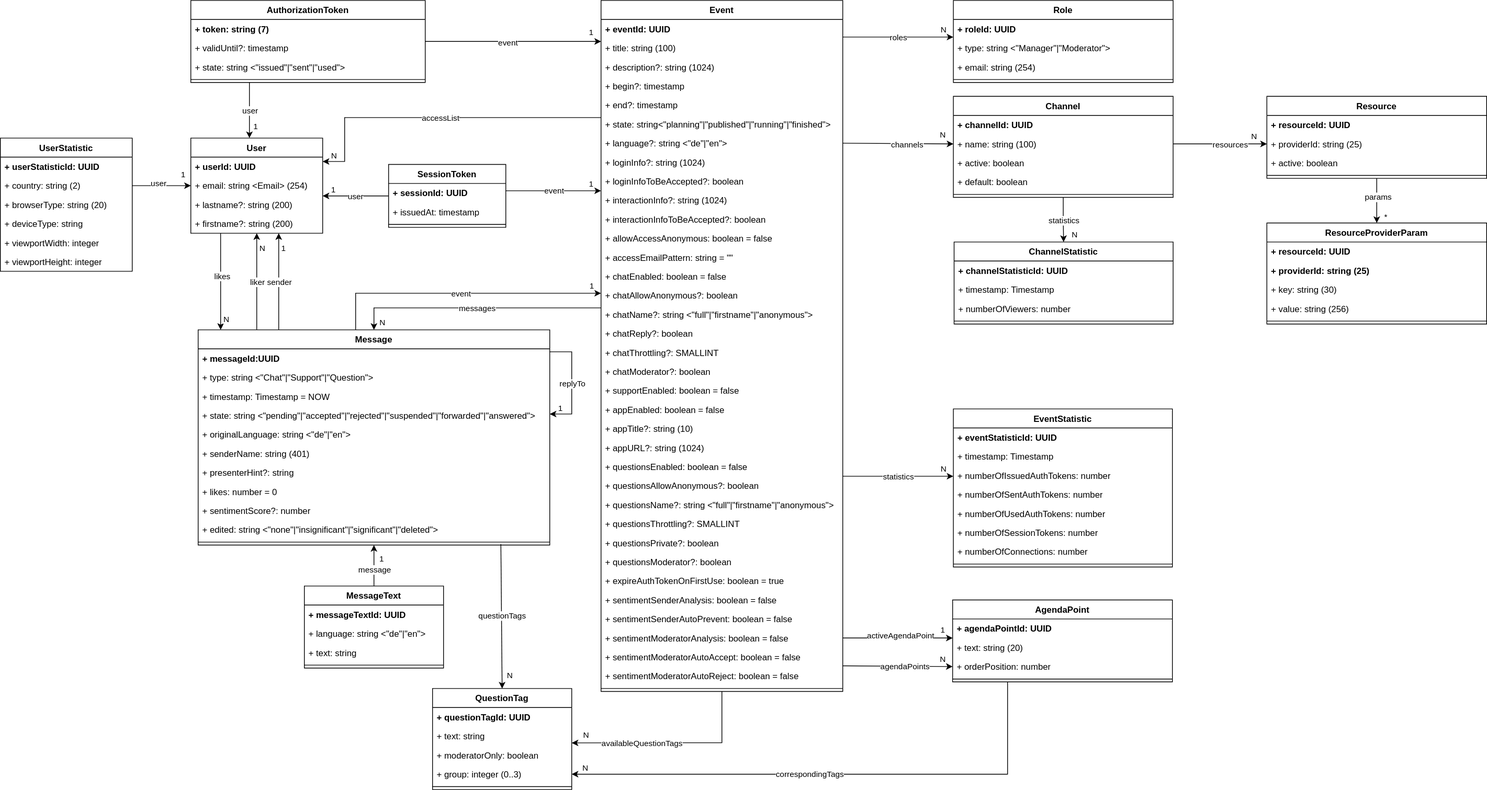
rse/broadcast keeps this draw.io diagram as doc/2-specification-datamodel.svg. Above is the earlier version. Source tidied: cells renumbered, new cells last; positions are measured from the earlier drawing's top-left corner, leaving out a move shared by most shapes.
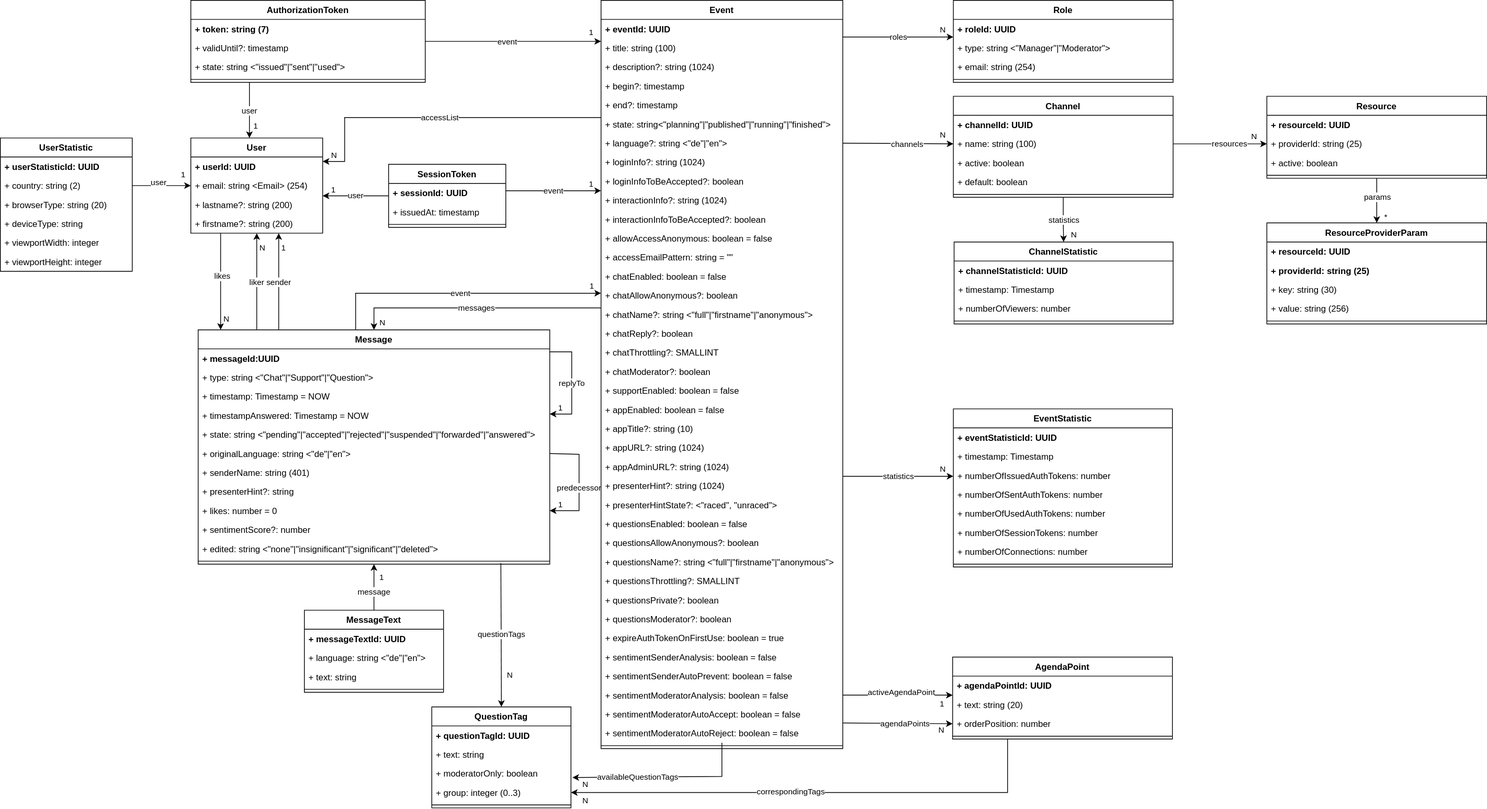
Later version of the same file.

Commit message:
some more datamodel and requirements changes (reminder: we have presenterHint now in message and event)

Change to the diagram source:
```diff
@@ -30,7 +30,7 @@
       <mxGeometry y="78" width="160" height="8" as="geometry" />
     </mxCell>
     <mxCell id="11" value="Message" style="swimlane;fontStyle=1;align=center;verticalAlign=top;horizontal=1;startSize=26;whiteSpace=wrap;html=1;" parent="1" vertex="1">
-      <mxGeometry x="270" y="450" width="480" height="294" as="geometry" />
+      <mxGeometry x="270" y="450" width="480" height="320" as="geometry" />
     </mxCell>
     <mxCell id="12" value="&lt;b&gt;+ messageId:UUID&lt;/b&gt;" style="text;strokeColor=none;fillColor=none;align=left;verticalAlign=top;spacingLeft=4;spacingRight=4;overflow=hidden;whiteSpace=wrap;html=1;" parent="11" vertex="1">
       <mxGeometry y="26" width="480" height="26" as="geometry" />
@@ -41,32 +41,46 @@
     <mxCell id="14" value="+ timestamp: Timestamp = NOW" style="text;strokeColor=none;fillColor=none;align=left;verticalAlign=top;spacingLeft=4;spacingRight=4;overflow=hidden;whiteSpace=wrap;html=1;" parent="11" vertex="1">
       <mxGeometry y="78" width="480" height="26" as="geometry" />
     </mxCell>
+    <mxCell id="195" value="+ timestampAnswered: Timestamp = NOW" style="text;strokeColor=none;fillColor=none;align=left;verticalAlign=top;spacingLeft=4;spacingRight=4;overflow=hidden;whiteSpace=wrap;html=1;" parent="11" vertex="1">
+      <mxGeometry y="104" width="480" height="26" as="geometry" />
+    </mxCell>
     <mxCell id="15" value="+ state: string &amp;lt;&quot;pending&quot;|&quot;accepted&quot;|&quot;rejected&quot;|&quot;suspended&quot;|&quot;forwarded&quot;|&quot;answered&quot;&amp;gt;" style="text;strokeColor=none;fillColor=none;align=left;verticalAlign=top;spacingLeft=4;spacingRight=4;overflow=hidden;whiteSpace=wrap;html=1;" parent="11" vertex="1">
-      <mxGeometry y="104" width="480" height="26" as="geometry" />
+      <mxGeometry y="130" width="480" height="26" as="geometry" />
     </mxCell>
     <mxCell id="16" value="+ originalLanguage: string &amp;lt;&quot;de&quot;|&quot;en&quot;&amp;gt;" style="text;strokeColor=none;fillColor=none;align=left;verticalAlign=top;spacingLeft=4;spacingRight=4;overflow=hidden;points=[[0,0.5],[1,0.5]];portConstraint=eastwest;whiteSpace=wrap;html=1;" parent="11" vertex="1">
-      <mxGeometry y="130" width="480" height="26" as="geometry" />
+      <mxGeometry y="156" width="480" height="26" as="geometry" />
     </mxCell>
     <mxCell id="17" value="+ senderName: string (401)" style="text;strokeColor=none;fillColor=none;align=left;verticalAlign=top;spacingLeft=4;spacingRight=4;overflow=hidden;whiteSpace=wrap;html=1;" parent="11" vertex="1">
-      <mxGeometry y="156" width="480" height="26" as="geometry" />
+      <mxGeometry y="182" width="480" height="26" as="geometry" />
     </mxCell>
     <mxCell id="18" value="+ presenterHint?: string" style="text;strokeColor=none;fillColor=none;align=left;verticalAlign=top;spacingLeft=4;spacingRight=4;overflow=hidden;whiteSpace=wrap;html=1;" parent="11" vertex="1">
-      <mxGeometry y="182" width="480" height="26" as="geometry" />
+      <mxGeometry y="208" width="480" height="26" as="geometry" />
     </mxCell>
     <mxCell id="19" value="+ likes: number = 0" style="text;strokeColor=none;fillColor=none;align=left;verticalAlign=top;spacingLeft=4;spacingRight=4;overflow=hidden;points=[[0,0.5],[1,0.5]];portConstraint=eastwest;whiteSpace=wrap;html=1;" parent="11" vertex="1">
-      <mxGeometry y="208" width="480" height="26" as="geometry" />
+      <mxGeometry y="234" width="480" height="26" as="geometry" />
     </mxCell>
     <mxCell id="20" value="+ sentimentScore?: number" style="text;strokeColor=none;fillColor=none;align=left;verticalAlign=top;spacingLeft=4;spacingRight=4;overflow=hidden;whiteSpace=wrap;html=1;" parent="11" vertex="1">
-      <mxGeometry y="234" width="480" height="26" as="geometry" />
+      <mxGeometry y="260" width="480" height="26" as="geometry" />
     </mxCell>
     <mxCell id="21" value="+ edited: string &amp;lt;&quot;none&quot;|&quot;insignificant&quot;|&quot;significant&quot;|&quot;deleted&quot;&amp;gt;" style="text;strokeColor=none;fillColor=none;align=left;verticalAlign=top;spacingLeft=4;spacingRight=4;overflow=hidden;whiteSpace=wrap;html=1;" parent="11" vertex="1">
-      <mxGeometry y="260" width="480" height="26" as="geometry" />
+      <mxGeometry y="286" width="480" height="26" as="geometry" />
     </mxCell>
     <mxCell id="22" style="line;strokeWidth=1;fillColor=none;align=left;verticalAlign=middle;spacingTop=-1;spacingLeft=3;spacingRight=3;labelPosition=right;points=[];portConstraint=eastwest;strokeColor=inherit;" parent="11" vertex="1">
-      <mxGeometry y="286" width="480" height="8" as="geometry" />
+      <mxGeometry y="312" width="480" height="8" as="geometry" />
     </mxCell>
+    <mxCell id="196" style="endArrow=classic;html=1;rounded=0;exitX=1;exitY=0.5;exitDx=0;exitDy=0;entryX=1;entryY=0.5;entryDx=0;entryDy=0;" parent="11" edge="1" source="16" target="19">
+      <mxGeometry relative="1" as="geometry">
+        <Array as="points">
+          <mxPoint x="520" y="170" />
+          <mxPoint x="520" y="247" />
+        </Array>
+      </mxGeometry>
+    </mxCell>
+    <mxCell id="197" value="predecessor" style="edgeLabel;html=1;align=center;verticalAlign=middle;" parent="196" vertex="1">
+      <mxGeometry x="0.1" relative="1" as="geometry" />
+    </mxCell>
     <mxCell id="23" value="MessageText" style="swimlane;fontStyle=1;align=center;verticalAlign=top;horizontal=1;startSize=26;whiteSpace=wrap;html=1;" parent="1" vertex="1">
-      <mxGeometry x="415" y="800" width="190" height="112" as="geometry" />
+      <mxGeometry x="415" y="833" width="190" height="112" as="geometry" />
     </mxCell>
     <mxCell id="24" value="&lt;b&gt;+ messageTextId: UUID&lt;/b&gt;" style="text;strokeColor=none;fillColor=none;align=left;verticalAlign=top;spacingLeft=4;spacingRight=4;overflow=hidden;whiteSpace=wrap;html=1;" parent="23" vertex="1">
       <mxGeometry y="26" width="190" height="26" as="geometry" />
@@ -252,7 +266,7 @@
       </mxGeometry>
     </mxCell>
     <mxCell id="67" value="Event" style="swimlane;fontStyle=1;align=center;verticalAlign=top;horizontal=1;startSize=26;whiteSpace=wrap;html=1;" parent="1" vertex="1">
-      <mxGeometry x="820" width="330" height="944" as="geometry" />
+      <mxGeometry x="820" width="330" height="1022" as="geometry" />
     </mxCell>
     <mxCell id="68" value="&lt;b&gt;+ eventId: UUID&lt;/b&gt;" style="text;strokeColor=none;fillColor=none;align=left;verticalAlign=top;spacingLeft=4;spacingRight=4;overflow=hidden;whiteSpace=wrap;html=1;" parent="67" vertex="1">
       <mxGeometry y="26" width="330" height="26" as="geometry" />
@@ -323,44 +337,53 @@
     <mxCell id="90" value="+ appURL?: string (1024)" style="text;strokeColor=none;fillColor=none;align=left;verticalAlign=top;spacingLeft=4;spacingRight=4;overflow=hidden;whiteSpace=wrap;html=1;" parent="67" vertex="1">
       <mxGeometry y="598" width="330" height="26" as="geometry" />
     </mxCell>
+    <mxCell id="198" value="+ appAdminURL?: string (1024)" style="text;strokeColor=none;fillColor=none;align=left;verticalAlign=top;spacingLeft=4;spacingRight=4;overflow=hidden;whiteSpace=wrap;html=1;" parent="67" vertex="1">
+      <mxGeometry y="624" width="330" height="26" as="geometry" />
+    </mxCell>
+    <mxCell id="199" value="+ presenterHint?: string (1024)" style="text;strokeColor=none;fillColor=none;align=left;verticalAlign=top;spacingLeft=4;spacingRight=4;overflow=hidden;whiteSpace=wrap;html=1;" parent="67" vertex="1">
+      <mxGeometry y="650" width="330" height="26" as="geometry" />
+    </mxCell>
+    <mxCell id="200" value="+ presenterHintState?: &amp;lt;&quot;raced&quot;, &quot;unraced&quot;&amp;gt;" style="text;strokeColor=none;fillColor=none;align=left;verticalAlign=top;spacingLeft=4;spacingRight=4;overflow=hidden;whiteSpace=wrap;html=1;" parent="67" vertex="1">
+      <mxGeometry y="676" width="330" height="26" as="geometry" />
+    </mxCell>
     <mxCell id="91" value="+ questionsEnabled: boolean = false" style="text;strokeColor=none;fillColor=none;align=left;verticalAlign=top;spacingLeft=4;spacingRight=4;overflow=hidden;whiteSpace=wrap;html=1;" parent="67" vertex="1">
-      <mxGeometry y="624" width="330" height="26" as="geometry" />
+      <mxGeometry y="702" width="330" height="26" as="geometry" />
     </mxCell>
     <mxCell id="92" value="+ questionsAllowAnonymous?: boolean" style="text;strokeColor=none;fillColor=none;align=left;verticalAlign=top;spacingLeft=4;spacingRight=4;overflow=hidden;whiteSpace=wrap;html=1;" parent="67" vertex="1">
-      <mxGeometry y="650" width="330" height="26" as="geometry" />
+      <mxGeometry y="728" width="330" height="26" as="geometry" />
     </mxCell>
     <mxCell id="93" value="+ questionsName?: string &amp;lt;&quot;full&quot;|&quot;firstname&quot;|&quot;anonymous&quot;&amp;gt;" style="text;strokeColor=none;fillColor=none;align=left;verticalAlign=top;spacingLeft=4;spacingRight=4;overflow=hidden;whiteSpace=wrap;html=1;" parent="67" vertex="1">
-      <mxGeometry y="676" width="330" height="26" as="geometry" />
+      <mxGeometry y="754" width="330" height="26" as="geometry" />
     </mxCell>
     <mxCell id="94" value="+ questionsThrottling?: SMALLINT" style="text;strokeColor=none;fillColor=none;align=left;verticalAlign=top;spacingLeft=4;spacingRight=4;overflow=hidden;whiteSpace=wrap;html=1;" parent="67" vertex="1">
-      <mxGeometry y="702" width="330" height="26" as="geometry" />
+      <mxGeometry y="780" width="330" height="26" as="geometry" />
     </mxCell>
     <mxCell id="95" value="+ questionsPrivate?: boolean" style="text;strokeColor=none;fillColor=none;align=left;verticalAlign=top;spacingLeft=4;spacingRight=4;overflow=hidden;whiteSpace=wrap;html=1;" parent="67" vertex="1">
-      <mxGeometry y="728" width="330" height="26" as="geometry" />
+      <mxGeometry y="806" width="330" height="26" as="geometry" />
     </mxCell>
     <mxCell id="96" value="+ questionsModerator?: boolean" style="text;strokeColor=none;fillColor=none;align=left;verticalAlign=top;spacingLeft=4;spacingRight=4;overflow=hidden;whiteSpace=wrap;html=1;" parent="67" vertex="1">
-      <mxGeometry y="754" width="330" height="26" as="geometry" />
+      <mxGeometry y="832" width="330" height="26" as="geometry" />
     </mxCell>
     <mxCell id="97" value="+ expireAuthTokenOnFirstUse: boolean = true" style="text;strokeColor=none;fillColor=none;align=left;verticalAlign=top;spacingLeft=4;spacingRight=4;overflow=hidden;whiteSpace=wrap;html=1;" parent="67" vertex="1">
-      <mxGeometry y="780" width="330" height="26" as="geometry" />
+      <mxGeometry y="858" width="330" height="26" as="geometry" />
     </mxCell>
     <mxCell id="98" value="+ sentimentSenderAnalysis: boolean = false" style="text;strokeColor=none;fillColor=none;align=left;verticalAlign=top;spacingLeft=4;spacingRight=4;overflow=hidden;whiteSpace=wrap;html=1;" parent="67" vertex="1">
-      <mxGeometry y="806" width="330" height="26" as="geometry" />
+      <mxGeometry y="884" width="330" height="26" as="geometry" />
     </mxCell>
     <mxCell id="99" value="+ sentimentSenderAutoPrevent: boolean = false" style="text;strokeColor=none;fillColor=none;align=left;verticalAlign=top;spacingLeft=4;spacingRight=4;overflow=hidden;whiteSpace=wrap;html=1;" parent="67" vertex="1">
-      <mxGeometry y="832" width="330" height="26" as="geometry" />
+      <mxGeometry y="910" width="330" height="26" as="geometry" />
     </mxCell>
     <mxCell id="100" value="+ sentimentModeratorAnalysis: boolean = false" style="text;strokeColor=none;fillColor=none;align=left;verticalAlign=top;spacingLeft=4;spacingRight=4;overflow=hidden;points=[[0,0.5],[1,0.5]];portConstraint=eastwest;whiteSpace=wrap;html=1;" parent="67" vertex="1">
-      <mxGeometry y="858" width="330" height="26" as="geometry" />
+      <mxGeometry y="936" width="330" height="26" as="geometry" />
     </mxCell>
     <mxCell id="101" value="+ sentimentModeratorAutoAccept: boolean = false" style="text;strokeColor=none;fillColor=none;align=left;verticalAlign=top;spacingLeft=4;spacingRight=4;overflow=hidden;whiteSpace=wrap;html=1;" parent="67" vertex="1">
-      <mxGeometry y="884" width="330" height="26" as="geometry" />
+      <mxGeometry y="962" width="330" height="26" as="geometry" />
     </mxCell>
     <mxCell id="102" value="+ sentimentModeratorAutoReject: boolean = false" style="text;strokeColor=none;fillColor=none;align=left;verticalAlign=top;spacingLeft=4;spacingRight=4;overflow=hidden;points=[[0,0.5],[1,0.5]];portConstraint=eastwest;whiteSpace=wrap;html=1;" parent="67" vertex="1">
-      <mxGeometry y="910" width="330" height="26" as="geometry" />
+      <mxGeometry y="988" width="330" height="26" as="geometry" />
     </mxCell>
     <mxCell id="103" style="line;strokeWidth=1;fillColor=none;align=left;verticalAlign=middle;spacingTop=-1;spacingLeft=3;spacingRight=3;labelPosition=right;strokeColor=inherit;" parent="67" vertex="1">
-      <mxGeometry y="936" width="330" height="8" as="geometry" />
+      <mxGeometry y="1014" width="330" height="8" as="geometry" />
     </mxCell>
     <mxCell id="104" style="endArrow=classic;html=1;rounded=0;edgeStyle=orthogonalEdgeStyle;" parent="1" edge="1" source="11" target="36">
       <mxGeometry relative="1" as="geometry">
@@ -511,7 +534,7 @@
       </mxGeometry>
     </mxCell>
     <mxCell id="139" value="QuestionTag" style="swimlane;fontStyle=1;align=center;verticalAlign=top;horizontal=1;startSize=26;whiteSpace=wrap;html=1;" parent="1" vertex="1">
-      <mxGeometry x="590" y="940" width="190" height="138" as="geometry" />
+      <mxGeometry x="589" y="965" width="190" height="138" as="geometry" />
     </mxCell>
     <mxCell id="140" value="&lt;b&gt;+ questionTagId: UUID&lt;/b&gt;" style="text;strokeColor=none;fillColor=none;align=left;verticalAlign=top;spacingLeft=4;spacingRight=4;overflow=hidden;whiteSpace=wrap;html=1;" parent="139" vertex="1">
       <mxGeometry y="26" width="190" height="26" as="geometry" />
@@ -528,11 +551,11 @@
     <mxCell id="144" style="line;strokeWidth=1;fillColor=none;align=left;verticalAlign=middle;spacingTop=-1;spacingLeft=3;spacingRight=3;labelPosition=right;strokeColor=inherit;" parent="139" vertex="1">
       <mxGeometry y="130" width="190" height="8" as="geometry" />
     </mxCell>
-    <mxCell id="145" style="endArrow=classic;html=1;rounded=0;entryX=1;entryY=0.5;entryDx=0;entryDy=0;exitX=0.5;exitY=1;exitDx=0;exitDy=0;" parent="1" edge="1" source="67">
+    <mxCell id="145" style="endArrow=classic;html=1;rounded=0;entryX=1.01;entryY=0.712;entryDx=0;entryDy=0;exitX=0.5;exitY=1;exitDx=0;exitDy=0;entryPerimeter=0;" parent="1" edge="1" source="67" target="142">
       <mxGeometry relative="1" as="geometry">
-        <mxPoint x="780" y="1014.3" as="targetPoint" />
         <Array as="points">
           <mxPoint x="985" y="1014" />
+          <mxPoint x="985" y="1060" />
         </Array>
       </mxGeometry>
     </mxCell>
@@ -546,7 +569,7 @@
       <mxGeometry x="-0.02" relative="1" as="geometry" />
     </mxCell>
     <mxCell id="149" value="N" style="edgeLabel;html=1;align=right;verticalAlign=bottom;" parent="1" vertex="1">
-      <mxGeometry x="803" y="974" as="geometry">
+      <mxGeometry x="802" y="1041" as="geometry">
         <mxPoint x="1" y="38" as="offset" />
       </mxGeometry>
     </mxCell>
@@ -612,7 +635,7 @@
       </mxGeometry>
     </mxCell>
     <mxCell id="169" value="AgendaPoint" style="swimlane;fontStyle=1;align=center;verticalAlign=top;horizontal=1;startSize=26;whiteSpace=wrap;html=1;" parent="1" vertex="1">
-      <mxGeometry x="1300" y="819" width="300" height="112" as="geometry" />
+      <mxGeometry x="1300" y="897" width="300" height="112" as="geometry" />
     </mxCell>
     <mxCell id="170" value="+ agendaPointId: UUID" style="text;strokeColor=none;fillColor=none;align=left;verticalAlign=top;spacingLeft=4;spacingRight=4;overflow=hidden;points=[[0,0.5],[1,0.5]];portConstraint=eastwest;whiteSpace=wrap;html=1;fontStyle=1;" parent="169" vertex="1">
       <mxGeometry y="26" width="300" height="26" as="geometry" />
@@ -660,7 +683,7 @@
       <mxGeometry x="1291" y="192" as="geometry" />
     </mxCell>
     <mxCell id="185" value="N" style="edgeLabel;html=1;align=right;verticalAlign=bottom;" parent="1" vertex="1">
-      <mxGeometry x="1291" y="908" as="geometry" />
+      <mxGeometry x="1289" y="1005" as="geometry" />
     </mxCell>
     <mxCell id="186" style="endArrow=classic;html=1;rounded=0;entryX=0;entryY=1;entryDx=0;entryDy=0;exitX=1;exitY=0.5;exitDx=0;exitDy=0;entryPerimeter=0;" parent="1" edge="1" source="100" target="170">
       <mxGeometry relative="1" as="geometry" />
@@ -668,15 +691,10 @@
     <mxCell id="187" value="activeAgendaPoint" style="edgeLabel;html=1;align=center;verticalAlign=middle;" parent="186" vertex="1">
       <mxGeometry x="0.06" y="4" relative="1" as="geometry" />
     </mxCell>
-    <mxCell id="188" value="1" style="edgeLabel;html=1;align=right;verticalAlign=bottom;" parent="1" vertex="1">
-      <mxGeometry x="1316" y="982" as="geometry">
-        <mxPoint x="-26" y="-114" as="offset" />
-      </mxGeometry>
-    </mxCell>
     <mxCell id="189" style="endArrow=classic;html=1;rounded=0;entryX=1;entryY=0.5;entryDx=0;entryDy=0;curved=0;exitX=0.25;exitY=1;exitDx=0;exitDy=0;" parent="1" edge="1" source="169" target="143">
       <mxGeometry relative="1" as="geometry">
         <Array as="points">
-          <mxPoint x="1375" y="1057" />
+          <mxPoint x="1375" y="1082" />
         </Array>
       </mxGeometry>
     </mxCell>
@@ -684,7 +702,7 @@
       <mxGeometry x="0.1" y="-1" relative="1" as="geometry" />
     </mxCell>
     <mxCell id="191" value="N" style="edgeLabel;html=1;align=right;verticalAlign=bottom;" parent="1" vertex="1">
-      <mxGeometry x="803" y="1057" as="geometry" />
+      <mxGeometry x="803" y="1101" as="geometry" />
     </mxCell>
     <mxCell id="192" style="endArrow=classic;html=1;rounded=0;exitX=0.5;exitY=1;exitDx=0;exitDy=0;entryX=0.5;entryY=0;entryDx=0;entryDy=0;" parent="1" edge="1" source="151" target="174">
       <mxGeometry relative="1" as="geometry" />
@@ -695,5 +713,13 @@
     <mxCell id="194" value="*" style="edgeLabel;html=1;align=right;verticalAlign=bottom;" parent="1" vertex="1">
       <mxGeometry x="1894" y="304" as="geometry" />
     </mxCell>
+    <mxCell id="201" value="1" style="edgeLabel;html=1;align=right;verticalAlign=bottom;" parent="1" vertex="1">
+      <mxGeometry x="1268" y="946" as="geometry">
+        <mxPoint x="21" y="23" as="offset" />
+      </mxGeometry>
+    </mxCell>
+    <mxCell id="202" value="1" style="edgeLabel;html=1;align=right;verticalAlign=bottom;" parent="1" vertex="1">
+      <mxGeometry x="768" y="697" as="geometry" />
+    </mxCell>
   </root>
 </mxGraphModel>
```
